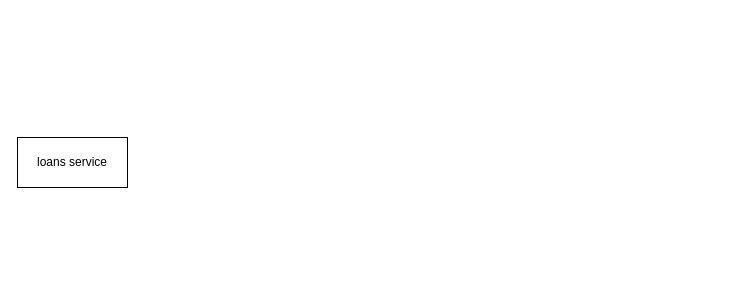
Before: Untitled Diagram.drawio in woodp/event_driven_arch, a draw.io diagram. Source tidied: cells renumbered, new cells numbered last; positions are measured from the earlier drawing's top-left corner, leaving out a move shared by most shapes. Both pictures are drawn from the tidied source at 100%, with x=0, y=0 at pixel (17, 137).
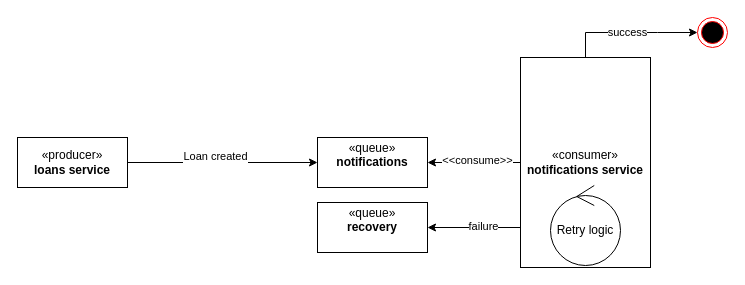
After the change.

What changed in the source:
```diff
@@
 <mxGraphModel>
   <root>
     <mxCell id="0" />
     <mxCell id="1" parent="0" />
+    <mxCell id="3" style="edgeStyle=orthogonalEdgeStyle;rounded=0;jettySize=auto;html=1;" parent="1" edge="1" source="2" target="12">
+      <mxGeometry relative="1" as="geometry" />
+    </mxCell>
+    <mxCell id="4" value="Loan created" style="edgeLabel;html=1;align=center;verticalAlign=middle;" parent="3" vertex="1">
+      <mxGeometry x="-0.31" y="7" relative="1" as="geometry">
+        <mxPoint x="21" as="offset" />
+      </mxGeometry>
+    </mxCell>
-    <mxCell id="2" value="loans service" style="html=1;whiteSpace=wrap;" parent="1" vertex="1">
+    <mxCell id="2" value="«producer»&lt;br&gt;&lt;b&gt;loans service&lt;/b&gt;" style="html=1;whiteSpace=wrap;" parent="1" vertex="1">
       <mxGeometry width="110" height="50" as="geometry" />
     </mxCell>
+    <mxCell id="5" style="edgeStyle=orthogonalEdgeStyle;rounded=0;jettySize=auto;html=1;exitX=0;exitY=0.5;exitDx=0;exitDy=0;" parent="1" edge="1" source="11" target="12">
+      <mxGeometry relative="1" as="geometry" />
+    </mxCell>
+    <mxCell id="6" value="&amp;lt;&amp;lt;consume&amp;gt;&amp;gt;" style="edgeLabel;html=1;align=center;verticalAlign=middle;" parent="5" vertex="1">
+      <mxGeometry x="-0.05" y="-3" relative="1" as="geometry" />
+    </mxCell>
+    <mxCell id="7" style="edgeStyle=orthogonalEdgeStyle;rounded=0;jettySize=auto;html=1;" parent="1" edge="1" source="11" target="14">
+      <mxGeometry relative="1" as="geometry">
+        <Array as="points">
+          <mxPoint x="640" y="-105" />
+          <mxPoint x="640" y="-105" />
+        </Array>
+      </mxGeometry>
+    </mxCell>
+    <mxCell id="8" value="success" style="edgeLabel;html=1;align=center;verticalAlign=middle;" parent="7" vertex="1">
+      <mxGeometry x="-0.03" y="1" relative="1" as="geometry" />
+    </mxCell>
+    <mxCell id="9" style="edgeStyle=orthogonalEdgeStyle;rounded=0;jettySize=auto;html=1;entryX=1;entryY=0.5;entryDx=0;entryDy=0;" parent="1" edge="1" source="11" target="13">
+      <mxGeometry relative="1" as="geometry">
+        <Array as="points">
+          <mxPoint x="460" y="90" />
+          <mxPoint x="460" y="90" />
+        </Array>
+      </mxGeometry>
+    </mxCell>
+    <mxCell id="10" value="failure" style="edgeLabel;html=1;align=center;verticalAlign=middle;" parent="9" vertex="1">
+      <mxGeometry x="-0.18" y="-2" relative="1" as="geometry" />
+    </mxCell>
+    <mxCell id="11" value="«consumer»&lt;br style=&quot;border-color: var(--border-color);&quot;&gt;&lt;b&gt;notifications service&lt;/b&gt;" style="html=1;whiteSpace=wrap;" parent="1" vertex="1">
+      <mxGeometry x="503" y="-80" width="130" height="210" as="geometry" />
+    </mxCell>
+    <mxCell id="12" value="«queue»&lt;br&gt;&lt;b&gt;notifications&lt;br&gt;&lt;br&gt;&lt;/b&gt;" style="html=1;whiteSpace=wrap;" parent="1" vertex="1">
+      <mxGeometry x="300" width="110" height="50" as="geometry" />
+    </mxCell>
+    <mxCell id="13" value="«queue»&lt;br&gt;&lt;b&gt;recovery&lt;br&gt;&lt;br&gt;&lt;/b&gt;" style="html=1;whiteSpace=wrap;" parent="1" vertex="1">
+      <mxGeometry x="300" y="65" width="110" height="50" as="geometry" />
+    </mxCell>
+    <mxCell id="14" style="ellipse;html=1;shape=endState;fillColor=#000000;strokeColor=#ff0000;" parent="1" vertex="1">
+      <mxGeometry x="680" y="-120" width="30" height="30" as="geometry" />
+    </mxCell>
+    <mxCell id="15" value="Retry logic" style="ellipse;shape=umlControl;whiteSpace=wrap;html=1;" parent="1" vertex="1">
+      <mxGeometry x="533" y="48" width="70" height="80" as="geometry" />
+    </mxCell>
   </root>
 </mxGraphModel>
```
